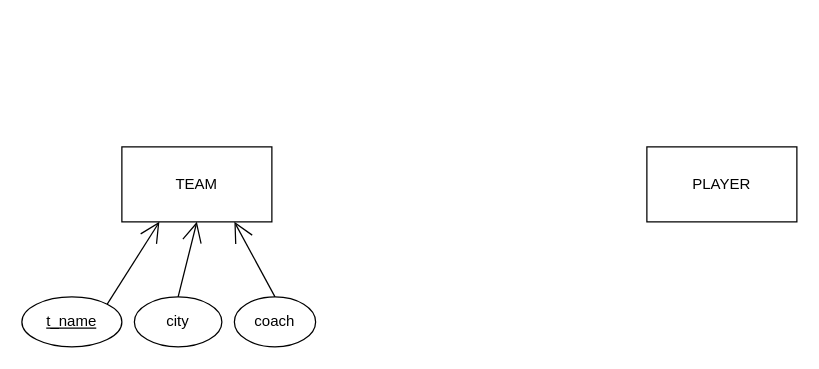
Before: Untitled Diagram.drawio in R0HITKUMAR/dbms_lab, a draw.io diagram. Source tidied: cells renumbered, new cells numbered last; positions are measured from the earlier drawing's top-left corner, leaving out a move shared by most shapes. Both pictures are drawn from the tidied source at 125%, with x=0, y=0 at pixel (21, 146).
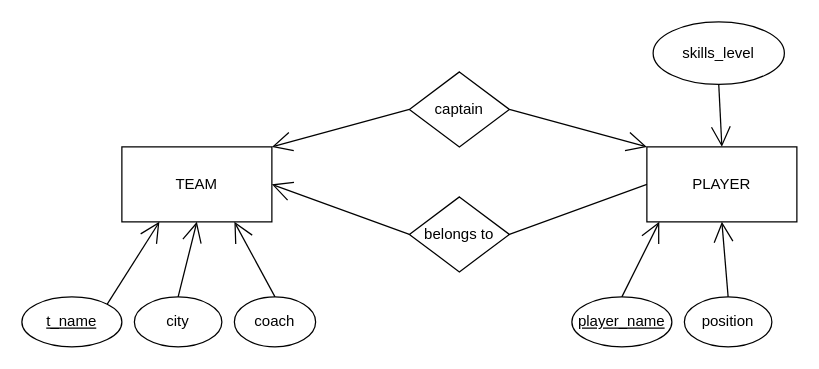
The same diagram, later.

The change refers to these unchanged cells:
```xml
<mxCell id="2" value="PLAYER" style="rounded=0;whiteSpace=wrap;html=1;hachureGap=4;" parent="1" vertex="1">
  <mxGeometry x="500" width="120" height="60" as="geometry" />
</mxCell>
<mxCell id="3" value="TEAM" style="rounded=0;whiteSpace=wrap;html=1;hachureGap=4;" parent="1" vertex="1">
  <mxGeometry x="80" width="120" height="60" as="geometry" />
</mxCell>
```

Change to the diagram source:
```diff
@@
+    <mxCell id="10" style="edgeStyle=none;curved=1;rounded=0;jettySize=auto;html=1;exitX=0.5;exitY=0;exitDx=0;exitDy=0;entryX=0.083;entryY=1;entryDx=0;entryDy=0;entryPerimeter=0;endArrow=open;startSize=14;endSize=14;sourcePerimeterSpacing=8;targetPerimeterSpacing=8;" parent="1" edge="1" source="11" target="2">
+      <mxGeometry relative="1" as="geometry" />
+    </mxCell>
+    <mxCell id="11" value="&lt;u&gt;player_name&lt;/u&gt;" style="ellipse;whiteSpace=wrap;html=1;hachureGap=4;" parent="1" vertex="1">
+      <mxGeometry x="440" y="120" width="80" height="40" as="geometry" />
+    </mxCell>
+    <mxCell id="12" style="edgeStyle=none;curved=1;rounded=0;jettySize=auto;html=1;exitX=0.5;exitY=0;exitDx=0;exitDy=0;entryX=0.5;entryY=1;entryDx=0;entryDy=0;endArrow=open;startSize=14;endSize=14;sourcePerimeterSpacing=8;targetPerimeterSpacing=8;" parent="1" edge="1" source="13" target="2">
+      <mxGeometry relative="1" as="geometry" />
+    </mxCell>
+    <mxCell id="13" value="position" style="ellipse;whiteSpace=wrap;html=1;hachureGap=4;" parent="1" vertex="1">
+      <mxGeometry x="530" y="120" width="70" height="40" as="geometry" />
+    </mxCell>
+    <mxCell id="14" style="edgeStyle=none;curved=1;rounded=0;jettySize=auto;html=1;exitX=0.5;exitY=1;exitDx=0;exitDy=0;entryX=0.5;entryY=0;entryDx=0;entryDy=0;endArrow=open;startSize=14;endSize=14;sourcePerimeterSpacing=8;targetPerimeterSpacing=8;" parent="1" edge="1" source="15" target="2">
+      <mxGeometry relative="1" as="geometry" />
+    </mxCell>
+    <mxCell id="15" value="skills_level" style="ellipse;whiteSpace=wrap;html=1;hachureGap=4;" parent="1" vertex="1">
+      <mxGeometry x="505" y="-100" width="105" height="50" as="geometry" />
+    </mxCell>
+    <mxCell id="16" style="edgeStyle=none;curved=1;rounded=0;jettySize=auto;html=1;exitX=0;exitY=0.5;exitDx=0;exitDy=0;entryX=1;entryY=0;entryDx=0;entryDy=0;endArrow=open;startSize=14;endSize=14;sourcePerimeterSpacing=8;targetPerimeterSpacing=8;" parent="1" edge="1" source="18" target="3">
+      <mxGeometry relative="1" as="geometry" />
+    </mxCell>
+    <mxCell id="17" style="edgeStyle=none;curved=1;rounded=0;jettySize=auto;html=1;exitX=1;exitY=0.5;exitDx=0;exitDy=0;entryX=0;entryY=0;entryDx=0;entryDy=0;endArrow=open;startSize=14;endSize=14;sourcePerimeterSpacing=8;targetPerimeterSpacing=8;" parent="1" edge="1" source="18" target="2">
+      <mxGeometry relative="1" as="geometry" />
+    </mxCell>
+    <mxCell id="18" value="captain" style="rhombus;whiteSpace=wrap;html=1;hachureGap=4;" parent="1" vertex="1">
+      <mxGeometry x="310" y="-60" width="80" height="60" as="geometry" />
+    </mxCell>
+    <mxCell id="19" style="edgeStyle=none;curved=1;rounded=0;jettySize=auto;html=1;exitX=0;exitY=0.5;exitDx=0;exitDy=0;entryX=1;entryY=0.5;entryDx=0;entryDy=0;endArrow=open;startSize=14;endSize=14;sourcePerimeterSpacing=8;targetPerimeterSpacing=8;" parent="1" edge="1" source="20" target="3">
+      <mxGeometry relative="1" as="geometry" />
+    </mxCell>
+    <mxCell id="20" value="belongs to" style="rhombus;whiteSpace=wrap;html=1;hachureGap=4;" parent="1" vertex="1">
+      <mxGeometry x="310" y="40" width="80" height="60" as="geometry" />
+    </mxCell>
+    <mxCell id="21" style="endArrow=none;html=1;startSize=14;endSize=14;sourcePerimeterSpacing=8;targetPerimeterSpacing=8;exitX=1;exitY=0.5;exitDx=0;exitDy=0;entryX=0;entryY=0.5;entryDx=0;entryDy=0;" parent="1" edge="1" source="20" target="2">
+      <mxGeometry relative="1" as="geometry" />
+    </mxCell>
```
